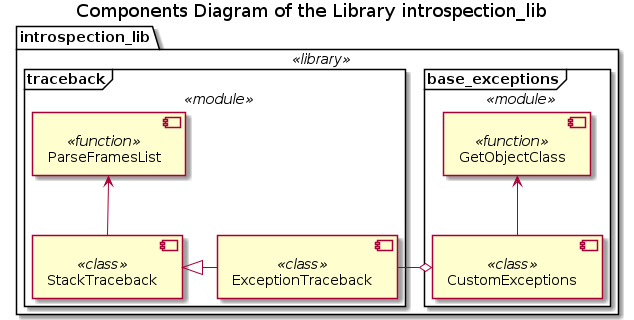
FooBarShebang/introspection_lib keeps this PlantUML diagram as Documentation/UML/components.png. Above is the earlier version.
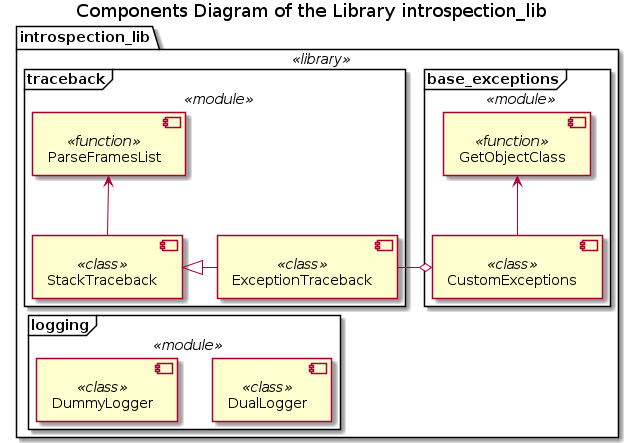
The same diagram one commit later.

The edit, as a diff of the source:
```diff
@@ -16,6 +16,12 @@
     !endif
 
     ExceptionTraceback -o CustomExceptions
+
+    !ifndef LOGGING_COMPONENTS
+    !include ./logging/logging_components.iuml
+    !endif
+
+    StackTraceback -[hidden]- DummyLogger
 }
 
 @enduml
```
